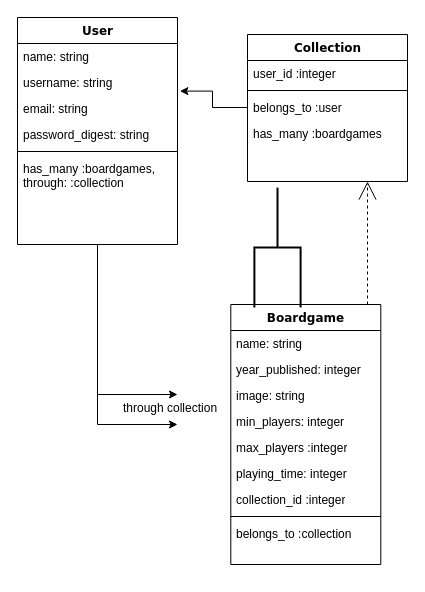
Earlier version of the draw.io diagram Untitled Diagram.drawio (abaydar/boardgames_app). Source tidied: cells renumbered, new cells numbered last; positions are measured from the earlier drawing's top-left corner, leaving out a move shared by most shapes. Both pictures are drawn from the tidied source at 100%, with x=0, y=0 at pixel (17, 17).
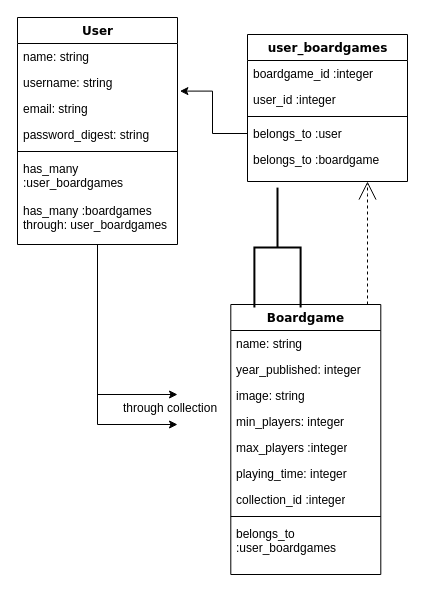
The same page after the edit.

The change refers to these unchanged cells:
```xml
<mxCell id="4" value="User" style="swimlane;html=1;fontStyle=1;align=center;verticalAlign=top;horizontal=1;startSize=26;swimlaneFillColor=#ffffff;rounded=0;shadow=0;comic=0;labelBackgroundColor=none;strokeWidth=1;fillColor=none;fontFamily=Verdana;fontSize=12;" parent="1" vertex="1">
  <mxGeometry width="160" height="227" as="geometry" />
</mxCell>
```

Change to the diagram source:
```diff
@@
-    <mxCell id="10" value="has_many :boardgames, through: :collection" style="text;html=1;strokeColor=none;fillColor=none;align=left;verticalAlign=top;spacingLeft=4;spacingRight=4;whiteSpace=wrap;overflow=hidden;" parent="4" vertex="1">
+    <mxCell id="10" value="has_many :user_boardgames" style="text;html=1;strokeColor=none;fillColor=none;align=left;verticalAlign=top;spacingLeft=4;spacingRight=4;whiteSpace=wrap;overflow=hidden;" parent="4" vertex="1">
       <mxGeometry y="138" width="160" height="42" as="geometry" />
     </mxCell>
+    <mxCell id="30" value="has_many :boardgames through: user_boardgames" style="text;html=1;strokeColor=none;fillColor=none;align=left;verticalAlign=top;spacingLeft=4;spacingRight=4;whiteSpace=wrap;overflow=hidden;" parent="4" vertex="1">
+      <mxGeometry y="180" width="160" height="42" as="geometry" />
+    </mxCell>
@@
     <mxCell id="12" value="Boardgame" style="swimlane;html=1;fontStyle=1;align=center;verticalAlign=top;horizontal=1;startSize=26;swimlaneFillColor=#ffffff;rounded=0;shadow=0;comic=0;labelBackgroundColor=none;strokeWidth=1;fillColor=none;fontFamily=Verdana;fontSize=12;" parent="1" vertex="1">
-      <mxGeometry x="213.3" y="287" width="150" height="260" as="geometry" />
+      <mxGeometry x="213.3" y="287" width="150" height="270" as="geometry" />
     </mxCell>
@@
-    <mxCell id="21" value="belongs_to :collection" style="text;html=1;strokeColor=none;fillColor=none;align=left;verticalAlign=top;spacingLeft=4;spacingRight=4;whiteSpace=wrap;overflow=hidden;" parent="12" vertex="1">
-      <mxGeometry y="216" width="150" height="26" as="geometry" />
+    <mxCell id="21" value="belongs_to :user_boardgames" style="text;html=1;strokeColor=none;fillColor=none;align=left;verticalAlign=top;spacingLeft=4;spacingRight=4;whiteSpace=wrap;overflow=hidden;" parent="12" vertex="1">
+      <mxGeometry y="216" width="150" height="44" as="geometry" />
     </mxCell>
-    <mxCell id="22" value="Collection" style="swimlane;html=1;fontStyle=1;align=center;verticalAlign=top;horizontal=1;startSize=26;swimlaneFillColor=#ffffff;rounded=0;shadow=0;comic=0;labelBackgroundColor=none;strokeWidth=1;fillColor=none;fontFamily=Verdana;fontSize=12;" parent="1" vertex="1">
+    <mxCell id="22" value="user_boardgames" style="swimlane;html=1;fontStyle=1;align=center;verticalAlign=top;horizontal=1;startSize=26;swimlaneFillColor=#ffffff;rounded=0;shadow=0;comic=0;labelBackgroundColor=none;strokeWidth=1;fillColor=none;fontFamily=Verdana;fontSize=12;" parent="1" vertex="1">
       <mxGeometry x="230" y="17" width="160" height="147" as="geometry" />
     </mxCell>
+    <mxCell id="31" value="boardgame_id :integer" style="text;html=1;strokeColor=none;fillColor=none;align=left;verticalAlign=top;spacingLeft=4;spacingRight=4;whiteSpace=wrap;overflow=hidden;" parent="22" vertex="1">
+      <mxGeometry y="26" width="160" height="26" as="geometry" />
+    </mxCell>
     <mxCell id="23" value="user_id :integer" style="text;html=1;strokeColor=none;fillColor=none;align=left;verticalAlign=top;spacingLeft=4;spacingRight=4;whiteSpace=wrap;overflow=hidden;" parent="22" vertex="1">
-      <mxGeometry y="26" width="160" height="26" as="geometry" />
+      <mxGeometry y="52" width="160" height="26" as="geometry" />
     </mxCell>
     <mxCell id="24" style="line;html=1;strokeWidth=1;fillColor=none;align=left;verticalAlign=middle;spacingTop=-1;spacingLeft=3;spacingRight=3;labelPosition=right;" parent="22" vertex="1">
-      <mxGeometry y="52" width="160" height="8" as="geometry" />
+      <mxGeometry y="78" width="160" height="8" as="geometry" />
     </mxCell>
     <mxCell id="25" value="belongs_to :user" style="text;html=1;strokeColor=none;fillColor=none;align=left;verticalAlign=top;spacingLeft=4;spacingRight=4;whiteSpace=wrap;overflow=hidden;points=[[0,0.5],[1,0.5]];portConstraint=eastwest;" parent="22" vertex="1">
-      <mxGeometry y="60" width="160" height="26" as="geometry" />
+      <mxGeometry y="86" width="160" height="26" as="geometry" />
     </mxCell>
-    <mxCell id="26" value="has_many :boardgames" style="text;html=1;strokeColor=none;fillColor=none;align=left;verticalAlign=top;spacingLeft=4;spacingRight=4;whiteSpace=wrap;overflow=hidden;" parent="22" vertex="1">
-      <mxGeometry y="86" width="160" height="26" as="geometry" />
+    <mxCell id="26" value="belongs_to :boardgame" style="text;html=1;strokeColor=none;fillColor=none;align=left;verticalAlign=top;spacingLeft=4;spacingRight=4;whiteSpace=wrap;overflow=hidden;" parent="22" vertex="1">
+      <mxGeometry y="112" width="160" height="26" as="geometry" />
     </mxCell>
```
